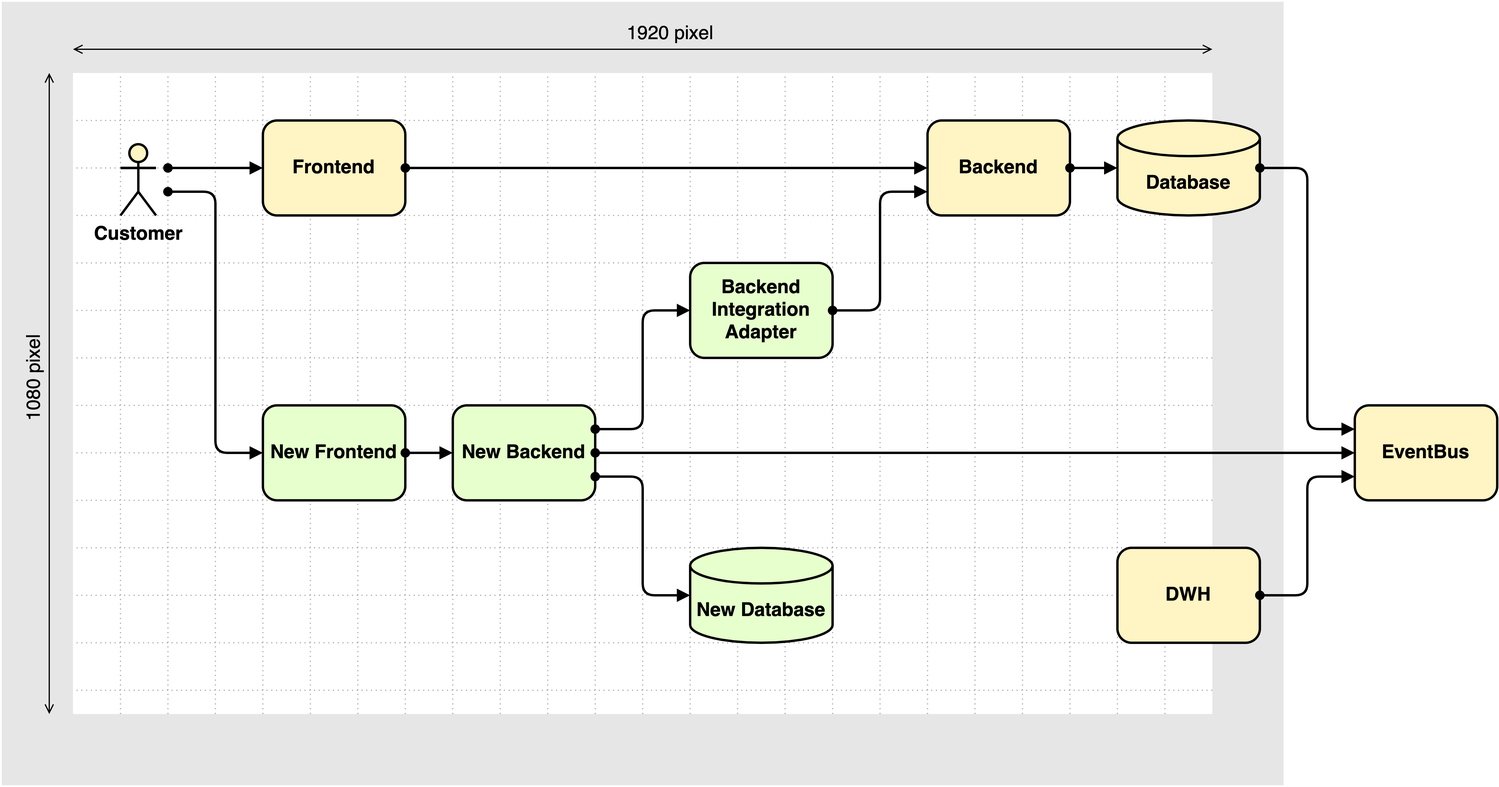
martinleggewie/visual-tips-for-creating-schematic-diagrams keeps this draw.io diagram as diagrams/canvas-guideline_infinite-space_6a.png. Above is the earlier version. Source tidied: cells renumbered, new cells last; positions are measured from the earlier drawing's top-left corner, leaving out a move shared by most shapes.
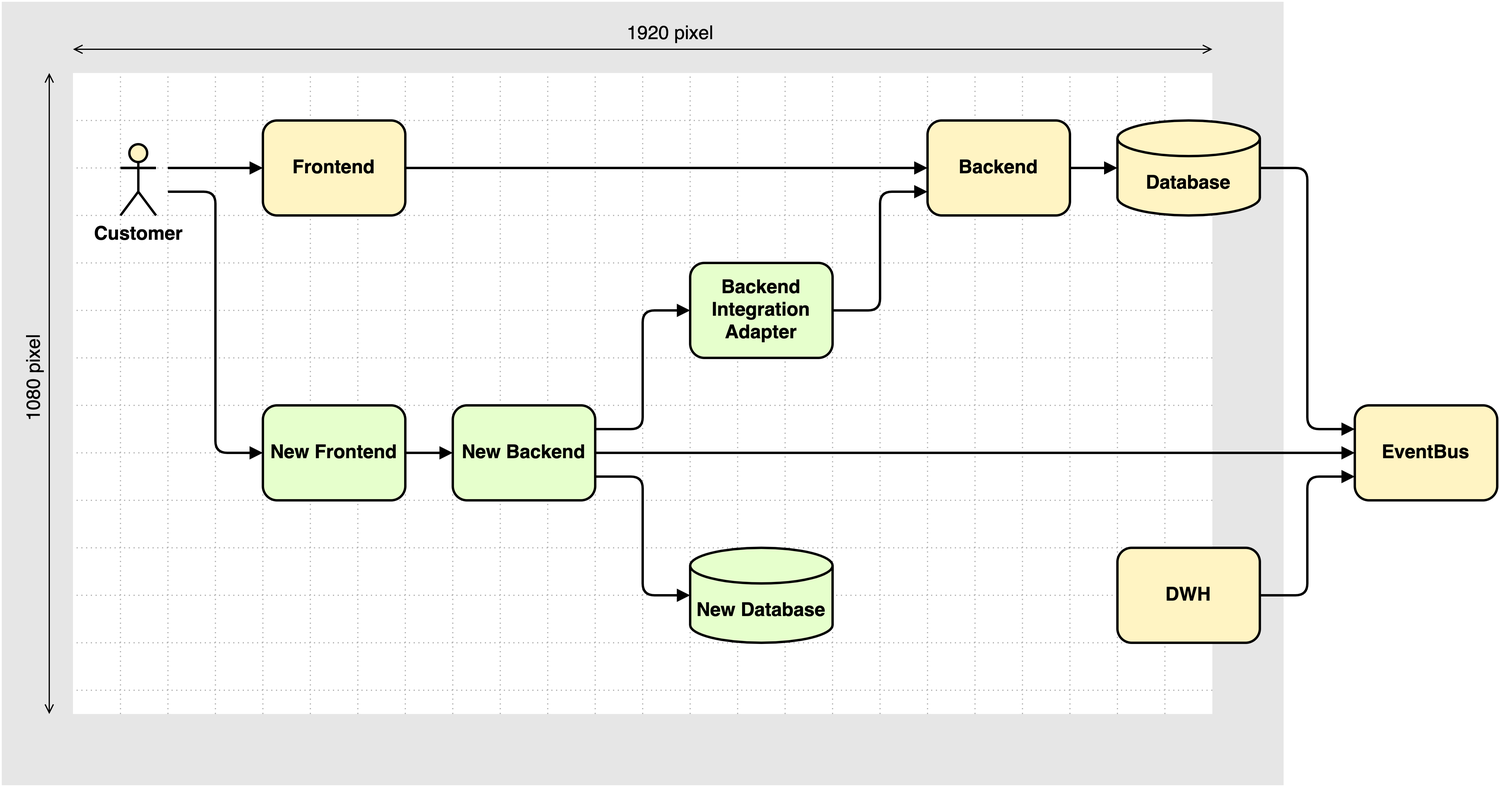
Above is the later version.

Diff of the diagram source:
```diff
@@ -247,7 +247,7 @@
     <mxCell id="46" value="New Backend" style="rounded=1;whiteSpace=wrap;html=1;strokeWidth=2;fontSize=16;fontStyle=1;fillColor=#E6FFCC;" parent="45" vertex="1">
       <mxGeometry x="380" y="340" width="120" height="80" as="geometry" />
     </mxCell>
-    <mxCell id="47" style="edgeStyle=none;rounded=0;jettySize=auto;html=1;startArrow=oval;startFill=1;endArrow=block;endFill=1;strokeWidth=2;fontSize=16;" parent="45" edge="1" source="46" target="64">
+    <mxCell id="47" style="edgeStyle=none;rounded=0;jettySize=auto;html=1;startArrow=none;startFill=0;endArrow=block;endFill=1;strokeWidth=2;fontSize=16;" parent="45" edge="1" source="46" target="64">
       <mxGeometry relative="1" as="geometry" />
     </mxCell>
     <mxCell id="48" value="Database" style="shape=cylinder3;whiteSpace=wrap;html=1;boundedLbl=1;backgroundOutline=1;size=15;strokeWidth=2;fontSize=16;verticalAlign=middle;labelPosition=center;verticalLabelPosition=middle;align=center;fontStyle=1;fillColor=#FFF4C3;" parent="45" vertex="1">
@@ -262,10 +262,10 @@
     <mxCell id="51" value="Backend" style="rounded=1;whiteSpace=wrap;html=1;strokeWidth=2;fontSize=16;fontStyle=1;fillColor=#FFF4C3;" parent="45" vertex="1">
       <mxGeometry x="780" y="100" width="120" height="80" as="geometry" />
     </mxCell>
-    <mxCell id="52" style="rounded=0;jettySize=auto;html=1;fontSize=16;endArrow=block;endFill=1;startArrow=oval;startFill=1;strokeWidth=2;" parent="45" edge="1" source="50" target="51">
+    <mxCell id="52" style="rounded=0;jettySize=auto;html=1;fontSize=16;endArrow=block;endFill=1;startArrow=none;startFill=0;strokeWidth=2;" parent="45" edge="1" source="50" target="51">
       <mxGeometry relative="1" as="geometry" />
     </mxCell>
-    <mxCell id="53" style="edgeStyle=none;rounded=0;jettySize=auto;html=1;startArrow=oval;startFill=1;endArrow=block;endFill=1;strokeWidth=2;fontSize=16;" parent="45" edge="1" target="50">
+    <mxCell id="53" style="edgeStyle=none;rounded=0;jettySize=auto;html=1;startArrow=none;startFill=0;endArrow=block;endFill=1;strokeWidth=2;fontSize=16;" parent="45" edge="1" target="50">
       <mxGeometry relative="1" as="geometry">
         <mxPoint x="140" y="140" as="sourcePoint" />
       </mxGeometry>
@@ -273,7 +273,7 @@
     <mxCell id="54" value="Customer" style="shape=umlActor;verticalLabelPosition=bottom;verticalAlign=top;html=1;fontSize=16;strokeWidth=2;fontStyle=1;fillColor=#FFF4C3;" parent="45" vertex="1">
       <mxGeometry x="100" y="120" width="30" height="60" as="geometry" />
     </mxCell>
-    <mxCell id="55" style="edgeStyle=none;rounded=1;jettySize=auto;html=1;startArrow=oval;startFill=1;endArrow=block;endFill=1;strokeWidth=2;fontSize=16;entryX=0;entryY=0.25;entryDx=0;entryDy=0;" parent="45" edge="1" source="48" target="64">
+    <mxCell id="55" style="edgeStyle=none;rounded=1;jettySize=auto;html=1;startArrow=none;startFill=0;endArrow=block;endFill=1;strokeWidth=2;fontSize=16;entryX=0;entryY=0.25;entryDx=0;entryDy=0;" parent="45" edge="1" source="48" target="64">
       <mxGeometry relative="1" as="geometry">
         <Array as="points">
           <mxPoint x="1100" y="140" />
@@ -281,16 +281,16 @@
         </Array>
       </mxGeometry>
     </mxCell>
-    <mxCell id="56" style="edgeStyle=none;rounded=0;jettySize=auto;html=1;startArrow=oval;startFill=1;endArrow=block;endFill=1;strokeWidth=2;fontSize=16;" parent="45" edge="1" source="51" target="48">
+    <mxCell id="56" style="edgeStyle=none;rounded=0;jettySize=auto;html=1;startArrow=none;startFill=0;endArrow=block;endFill=1;strokeWidth=2;fontSize=16;" parent="45" edge="1" source="51" target="48">
       <mxGeometry relative="1" as="geometry" />
     </mxCell>
     <mxCell id="57" value="New Frontend" style="rounded=1;whiteSpace=wrap;html=1;strokeWidth=2;fontSize=16;fontStyle=1;fillColor=#E6FFCC;" parent="45" vertex="1">
       <mxGeometry x="220" y="340" width="120" height="80" as="geometry" />
     </mxCell>
-    <mxCell id="58" style="rounded=0;jettySize=auto;html=1;fontSize=16;endArrow=block;endFill=1;startArrow=oval;startFill=1;strokeWidth=2;" parent="45" edge="1" source="57" target="46">
+    <mxCell id="58" style="rounded=0;jettySize=auto;html=1;fontSize=16;endArrow=block;endFill=1;startArrow=none;startFill=0;strokeWidth=2;" parent="45" edge="1" source="57" target="46">
       <mxGeometry relative="1" as="geometry" />
     </mxCell>
-    <mxCell id="59" style="edgeStyle=none;rounded=1;jettySize=auto;html=1;startArrow=oval;startFill=1;endArrow=block;endFill=1;strokeWidth=2;fontSize=16;exitX=1;exitY=0.75;exitDx=0;exitDy=0;entryX=0;entryY=0.5;entryDx=0;entryDy=0;entryPerimeter=0;" parent="45" edge="1" source="46" target="66">
+    <mxCell id="59" style="edgeStyle=none;rounded=1;jettySize=auto;html=1;startArrow=none;startFill=0;endArrow=block;endFill=1;strokeWidth=2;fontSize=16;exitX=1;exitY=0.75;exitDx=0;exitDy=0;entryX=0;entryY=0.5;entryDx=0;entryDy=0;entryPerimeter=0;" parent="45" edge="1" source="46" target="66">
       <mxGeometry relative="1" as="geometry">
         <Array as="points">
           <mxPoint x="540" y="400" />
@@ -298,7 +298,7 @@
         </Array>
       </mxGeometry>
     </mxCell>
-    <mxCell id="60" style="edgeStyle=none;rounded=1;jettySize=auto;html=1;startArrow=oval;startFill=1;endArrow=block;endFill=1;strokeWidth=2;fontSize=16;entryX=0;entryY=0.5;entryDx=0;entryDy=0;" parent="45" edge="1" target="57">
+    <mxCell id="60" style="edgeStyle=none;rounded=1;jettySize=auto;html=1;startArrow=none;startFill=0;endArrow=block;endFill=1;strokeWidth=2;fontSize=16;entryX=0;entryY=0.5;entryDx=0;entryDy=0;" parent="45" edge="1" target="57">
       <mxGeometry relative="1" as="geometry">
         <mxPoint x="140" y="160" as="sourcePoint" />
         <Array as="points">
@@ -310,7 +310,7 @@
     <mxCell id="61" value="Backend Integration Adapter" style="rounded=1;whiteSpace=wrap;html=1;strokeWidth=2;fontSize=16;fontStyle=1;fillColor=#E6FFCC;" parent="45" vertex="1">
       <mxGeometry x="580" y="220" width="120" height="80" as="geometry" />
     </mxCell>
-    <mxCell id="62" style="rounded=1;jettySize=auto;html=1;fontSize=16;endArrow=block;endFill=1;startArrow=oval;startFill=1;strokeWidth=2;exitX=1;exitY=0.25;exitDx=0;exitDy=0;entryX=0;entryY=0.5;entryDx=0;entryDy=0;" parent="45" edge="1" source="46" target="61">
+    <mxCell id="62" style="rounded=1;jettySize=auto;html=1;fontSize=16;endArrow=block;endFill=1;startArrow=none;startFill=0;strokeWidth=2;exitX=1;exitY=0.25;exitDx=0;exitDy=0;entryX=0;entryY=0.5;entryDx=0;entryDy=0;" parent="45" edge="1" source="46" target="61">
       <mxGeometry relative="1" as="geometry">
         <Array as="points">
           <mxPoint x="540" y="360" />
@@ -318,7 +318,7 @@
         </Array>
       </mxGeometry>
     </mxCell>
-    <mxCell id="63" style="rounded=1;jettySize=auto;html=1;fontSize=16;endArrow=block;endFill=1;startArrow=oval;startFill=1;strokeWidth=2;entryX=0;entryY=0.75;entryDx=0;entryDy=0;" parent="45" edge="1" source="61" target="51">
+    <mxCell id="63" style="rounded=1;jettySize=auto;html=1;fontSize=16;endArrow=block;endFill=1;startArrow=none;startFill=0;strokeWidth=2;entryX=0;entryY=0.75;entryDx=0;entryDy=0;" parent="45" edge="1" source="61" target="51">
       <mxGeometry relative="1" as="geometry">
         <Array as="points">
           <mxPoint x="740" y="260" />
@@ -329,7 +329,7 @@
     <mxCell id="64" value="EventBus" style="rounded=1;whiteSpace=wrap;html=1;strokeWidth=2;fontSize=16;fontStyle=1;fillColor=#FFF4C3;" parent="45" vertex="1">
       <mxGeometry x="1140" y="340" width="120" height="80" as="geometry" />
     </mxCell>
-    <mxCell id="65" style="edgeStyle=none;rounded=1;jettySize=auto;html=1;startArrow=oval;startFill=1;endArrow=block;endFill=1;strokeWidth=2;fontSize=16;entryX=0;entryY=0.75;entryDx=0;entryDy=0;" parent="45" edge="1" source="49" target="64">
+    <mxCell id="65" style="edgeStyle=none;rounded=1;jettySize=auto;html=1;startArrow=none;startFill=0;endArrow=block;endFill=1;strokeWidth=2;fontSize=16;entryX=0;entryY=0.75;entryDx=0;entryDy=0;" parent="45" edge="1" source="49" target="64">
       <mxGeometry relative="1" as="geometry">
         <Array as="points">
           <mxPoint x="1100" y="500" />
```
